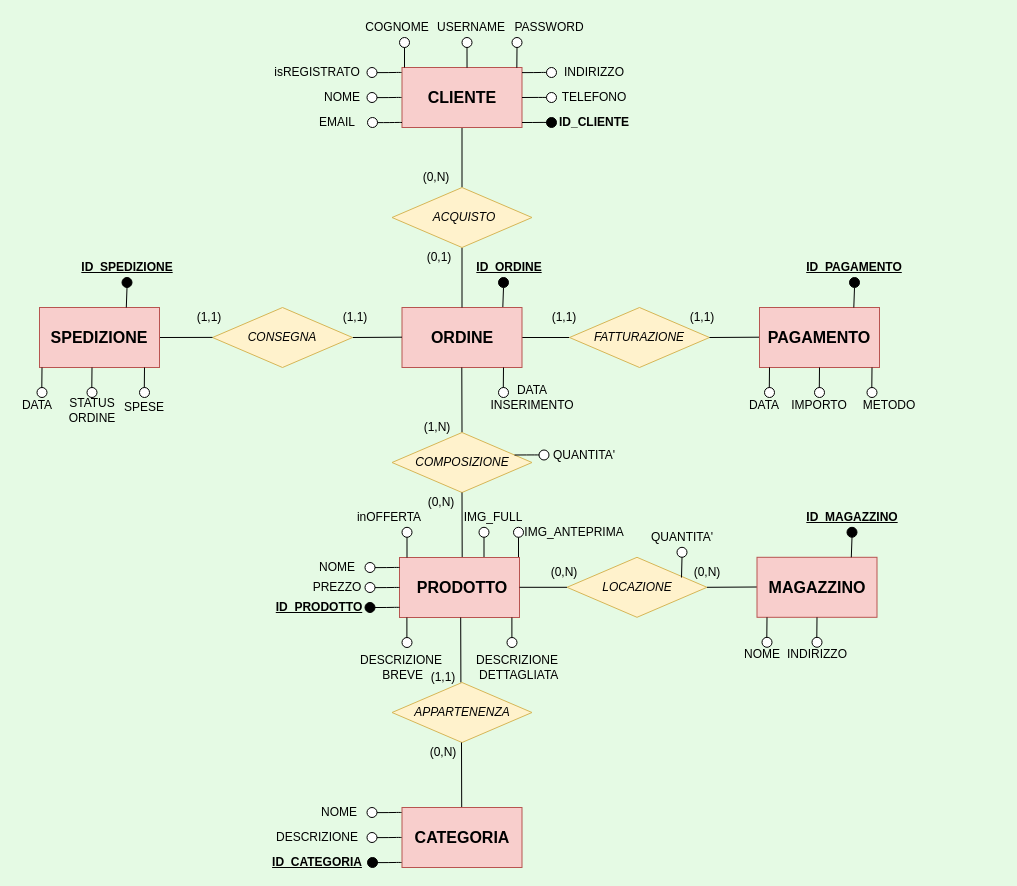
The draw.io diagram AVA Clothing/ModelloER.drawio in Alfio00/AVAClothing, before the edit. Source tidied: cells renumbered, new cells numbered last; positions are measured from the earlier drawing's top-left corner, leaving out a move shared by most shapes. Both pictures are drawn from the tidied source at 100%, with x=0, y=0 at pixel (17, 17).
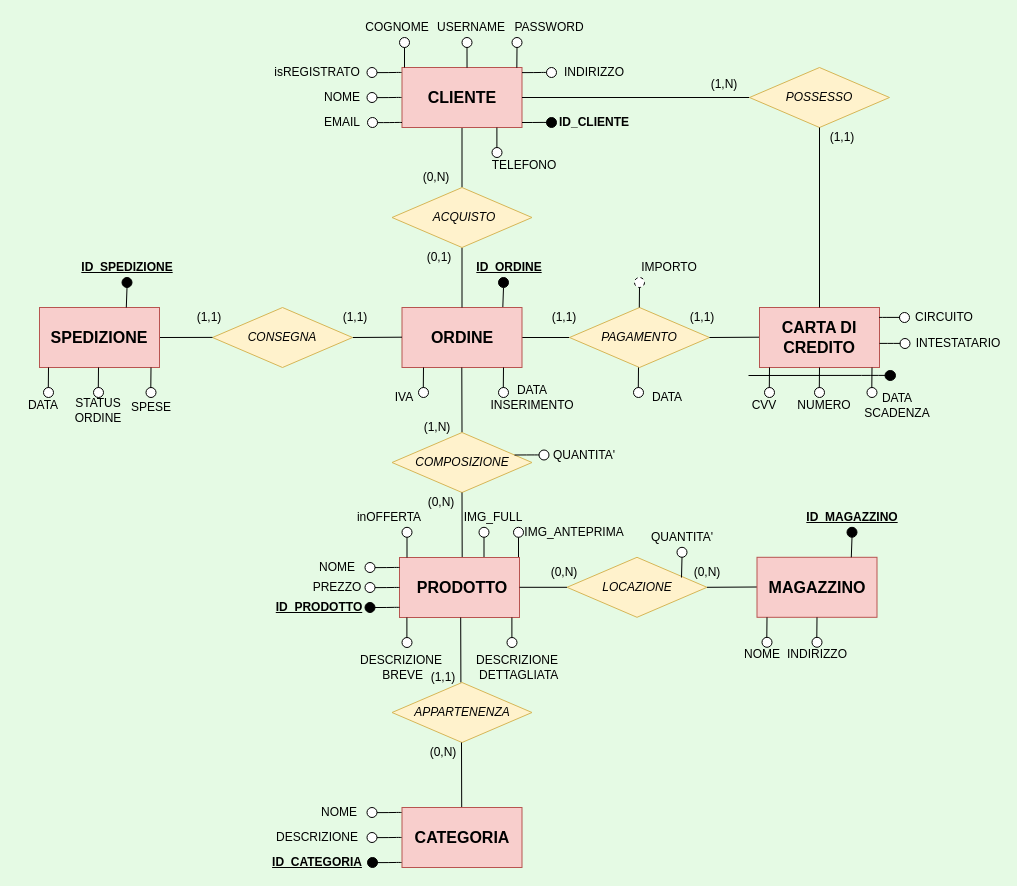
The same diagram, later.

Unchanged cells that the change refers to:
```xml
<mxCell id="7" style="rounded=0;whiteSpace=wrap;html=1;fillColor=#f8cecc;strokeColor=#b85450;" parent="1" vertex="1">
  <mxGeometry x="384.5" y="50" width="120" height="60" as="geometry" />
</mxCell>
```

Diff of the diagram source:
```diff
@@
-    <mxCell id="22" style="endArrow=none;html=1;exitX=1;exitY=0.5;exitDx=0;exitDy=0;" parent="1" edge="1">
-      <mxGeometry relative="1" as="geometry">
-        <mxPoint x="504.5" y="80" as="sourcePoint" />
-        <mxPoint x="532" y="80" as="targetPoint" />
-        <Array as="points">
-          <mxPoint x="526.5" y="79.9" />
-        </Array>
-      </mxGeometry>
-    </mxCell>
-    <mxCell id="23" style="ellipse;whiteSpace=wrap;html=1;" parent="1" vertex="1">
-      <mxGeometry x="529" y="75" width="10" height="10" as="geometry" />
-    </mxCell>
+    <mxCell id="149" style="edgeStyle=orthogonalEdgeStyle;rounded=0;orthogonalLoop=1;jettySize=auto;html=1;exitX=0;exitY=0.5;exitDx=0;exitDy=0;" parent="1" edge="1">
+      <mxGeometry relative="1" as="geometry">
+        <mxPoint x="529" y="80" as="sourcePoint" />
+        <mxPoint x="528.7" y="79.9" as="targetPoint" />
+      </mxGeometry>
+    </mxCell>
@@
-    <mxCell id="25" value="TELEFONO" style="text;html=1;strokeColor=none;fillColor=none;align=center;verticalAlign=middle;whiteSpace=wrap;rounded=0;" parent="1" vertex="1">
-      <mxGeometry x="557" y="70" width="40" height="20" as="geometry" />
-    </mxCell>
@@
     <mxCell id="29" value="EMAIL" style="text;html=1;strokeColor=none;fillColor=none;align=center;verticalAlign=middle;whiteSpace=wrap;rounded=0;" parent="1" vertex="1">
-      <mxGeometry x="300" y="95" width="40" height="20" as="geometry" />
+      <mxGeometry x="305" y="95" width="40" height="20" as="geometry" />
     </mxCell>
@@
-    <mxCell id="37" value="ID_PAGAMENTO" style="text;html=1;strokeColor=none;fillColor=none;align=center;verticalAlign=middle;whiteSpace=wrap;rounded=0;fontStyle=5;" parent="1" vertex="1">
-      <mxGeometry x="817" y="240" width="40" height="20" as="geometry" />
+    <mxCell id="37" value="INTESTATARIO&lt;br&gt;" style="text;html=1;align=center;verticalAlign=middle;whiteSpace=wrap;rounded=0;fontStyle=0;" parent="1" vertex="1">
+      <mxGeometry x="920.5" y="316" width="40" height="20" as="geometry" />
     </mxCell>
-    <mxCell id="38" value="IMPORTO" style="text;html=1;strokeColor=none;fillColor=none;align=center;verticalAlign=middle;whiteSpace=wrap;rounded=0;" parent="1" vertex="1">
-      <mxGeometry x="782" y="380" width="40" height="15" as="geometry" />
+    <mxCell id="38" value="NUMERO" style="text;html=1;strokeColor=none;fillColor=none;align=center;verticalAlign=middle;whiteSpace=wrap;rounded=0;" parent="1" vertex="1">
+      <mxGeometry x="787" y="380" width="40" height="15" as="geometry" />
     </mxCell>
-    <mxCell id="39" value="DATA" style="text;html=1;strokeColor=none;fillColor=none;align=center;verticalAlign=middle;whiteSpace=wrap;rounded=0;" parent="1" vertex="1">
+    <mxCell id="39" value="CVV" style="text;html=1;strokeColor=none;fillColor=none;align=center;verticalAlign=middle;whiteSpace=wrap;rounded=0;" parent="1" vertex="1">
       <mxGeometry x="727" y="380" width="40" height="15" as="geometry" />
     </mxCell>
@@
     <mxCell id="46" value="STATUS ORDINE" style="text;html=1;strokeColor=none;fillColor=none;align=center;verticalAlign=middle;whiteSpace=wrap;rounded=0;" parent="1" vertex="1">
-      <mxGeometry x="54.5" y="387.5" width="40" height="10" as="geometry" />
+      <mxGeometry x="61" y="387.5" width="40" height="10" as="geometry" />
     </mxCell>
     <mxCell id="47" value="SPESE" style="text;html=1;strokeColor=none;fillColor=none;align=center;verticalAlign=middle;whiteSpace=wrap;rounded=0;" parent="1" vertex="1">
-      <mxGeometry x="107" y="380" width="40" height="20" as="geometry" />
+      <mxGeometry x="113.5" y="380" width="40" height="20" as="geometry" />
     </mxCell>
-    <mxCell id="48" value="METODO" style="text;html=1;strokeColor=none;fillColor=none;align=center;verticalAlign=middle;whiteSpace=wrap;rounded=0;" parent="1" vertex="1">
-      <mxGeometry x="852" y="377.5" width="40" height="20" as="geometry" />
+    <mxCell id="48" value="DATA SCADENZA" style="text;html=1;strokeColor=none;fillColor=none;align=center;verticalAlign=middle;whiteSpace=wrap;rounded=0;" parent="1" vertex="1">
+      <mxGeometry x="859.5" y="377.5" width="40" height="20" as="geometry" />
     </mxCell>
@@
-    <mxCell id="109" value="FATTURAZIONE" style="rhombus;whiteSpace=wrap;html=1;fillColor=#fff2cc;strokeColor=#d6b656;fontStyle=2;" parent="1" vertex="1">
+    <mxCell id="109" value="PAGAMENTO" style="rhombus;whiteSpace=wrap;html=1;fillColor=#fff2cc;strokeColor=#d6b656;fontStyle=2;" parent="1" vertex="1">
       <mxGeometry x="552" y="290" width="140" height="60" as="geometry" />
     </mxCell>
@@
-    <mxCell id="111" value="PAGAMENTO" style="rounded=0;whiteSpace=wrap;html=1;fillColor=#f8cecc;strokeColor=#b85450;fontStyle=1;fontSize=16;" parent="1" vertex="1">
+    <mxCell id="111" value="CARTA DI CREDITO" style="rounded=0;whiteSpace=wrap;html=1;fillColor=#f8cecc;strokeColor=#b85450;fontStyle=1;fontSize=16;" parent="1" vertex="1">
       <mxGeometry x="742" y="290" width="120" height="60" as="geometry" />
     </mxCell>
@@
-    <mxCell id="118" style="ellipse;whiteSpace=wrap;html=1;fillColor=#000000;" parent="1" vertex="1">
-      <mxGeometry x="832" y="260" width="10" height="10" as="geometry" />
+    <mxCell id="118" style="ellipse;whiteSpace=wrap;html=1;" parent="1" vertex="1">
+      <mxGeometry x="882.5" y="321" width="10" height="10" as="geometry" />
     </mxCell>
     <mxCell id="119" style="endArrow=none;html=1;" parent="1" edge="1">
       <mxGeometry relative="1" as="geometry">
-        <mxPoint x="836.3" y="290" as="sourcePoint" />
-        <mxPoint x="837" y="270" as="targetPoint" />
+        <mxPoint x="862" y="325.9" as="sourcePoint" />
+        <mxPoint x="883" y="325.9" as="targetPoint" />
+        <Array as="points">
+          <mxPoint x="869" y="325.9" />
+        </Array>
       </mxGeometry>
     </mxCell>
@@
     <mxCell id="126" value="DATA" style="text;html=1;strokeColor=none;fillColor=none;align=center;verticalAlign=middle;whiteSpace=wrap;rounded=0;" parent="1" vertex="1">
-      <mxGeometry x="-0.5" y="380" width="40" height="15" as="geometry" />
+      <mxGeometry x="6" y="380" width="40" height="15" as="geometry" />
     </mxCell>
     <mxCell id="127" style="ellipse;whiteSpace=wrap;html=1;" parent="1" vertex="1">
-      <mxGeometry x="19.5" y="370" width="10" height="10" as="geometry" />
+      <mxGeometry x="26" y="370" width="10" height="10" as="geometry" />
     </mxCell>
     <mxCell id="128" style="endArrow=none;html=1;entryX=0.957;entryY=0.004;entryDx=0;entryDy=0;entryPerimeter=0;exitX=0.5;exitY=1;exitDx=0;exitDy=0;" parent="1" edge="1">
       <mxGeometry relative="1" as="geometry">
-        <mxPoint x="24.5" y="350" as="sourcePoint" />
-        <mxPoint x="24.3" y="370.2" as="targetPoint" />
+        <mxPoint x="31" y="350" as="sourcePoint" />
+        <mxPoint x="30.8" y="370.2" as="targetPoint" />
       </mxGeometry>
     </mxCell>
     <mxCell id="129" style="ellipse;whiteSpace=wrap;html=1;" parent="1" vertex="1">
-      <mxGeometry x="122" y="370" width="10" height="10" as="geometry" />
+      <mxGeometry x="128.5" y="370" width="10" height="10" as="geometry" />
     </mxCell>
     <mxCell id="130" style="endArrow=none;html=1;entryX=0.957;entryY=0.004;entryDx=0;entryDy=0;entryPerimeter=0;exitX=0.5;exitY=1;exitDx=0;exitDy=0;" parent="1" edge="1">
       <mxGeometry relative="1" as="geometry">
-        <mxPoint x="127" y="350" as="sourcePoint" />
-        <mxPoint x="126.8" y="370.2" as="targetPoint" />
+        <mxPoint x="133.5" y="350" as="sourcePoint" />
+        <mxPoint x="133.3" y="370.2" as="targetPoint" />
       </mxGeometry>
     </mxCell>
     <mxCell id="131" style="ellipse;whiteSpace=wrap;html=1;" parent="1" vertex="1">
-      <mxGeometry x="69.5" y="370" width="10" height="10" as="geometry" />
+      <mxGeometry x="76" y="370" width="10" height="10" as="geometry" />
     </mxCell>
     <mxCell id="132" style="endArrow=none;html=1;entryX=0.957;entryY=0.004;entryDx=0;entryDy=0;entryPerimeter=0;exitX=0.5;exitY=1;exitDx=0;exitDy=0;" parent="1" edge="1">
       <mxGeometry relative="1" as="geometry">
-        <mxPoint x="74.5" y="350" as="sourcePoint" />
-        <mxPoint x="74.3" y="370.2" as="targetPoint" />
+        <mxPoint x="81" y="350" as="sourcePoint" />
+        <mxPoint x="80.8" y="370.2" as="targetPoint" />
       </mxGeometry>
     </mxCell>
@@
+    <mxCell id="150" style="endArrow=none;html=1;entryX=0;entryY=0.5;entryDx=0;entryDy=0;" parent="1" edge="1" source="7" target="152">
+      <mxGeometry relative="1" as="geometry" />
+    </mxCell>
+    <mxCell id="151" value="(1,1)" style="text;html=1;strokeColor=none;fillColor=none;align=center;verticalAlign=middle;whiteSpace=wrap;rounded=0;" parent="1" vertex="1">
+      <mxGeometry x="804.5" y="110" width="40" height="20" as="geometry" />
+    </mxCell>
+    <mxCell id="152" value="POSSESSO" style="rhombus;whiteSpace=wrap;html=1;fillColor=#fff2cc;strokeColor=#d6b656;fontStyle=2;" parent="1" vertex="1">
+      <mxGeometry x="732" y="50" width="140" height="60" as="geometry" />
+    </mxCell>
+    <mxCell id="153" style="endArrow=none;html=1;entryX=0.5;entryY=0;entryDx=0;entryDy=0;" parent="1" edge="1" target="111">
+      <mxGeometry relative="1" as="geometry">
+        <mxPoint x="802" y="110" as="sourcePoint" />
+      </mxGeometry>
+    </mxCell>
+    <mxCell id="154" value="(1,N)" style="text;html=1;strokeColor=none;fillColor=none;align=center;verticalAlign=middle;whiteSpace=wrap;rounded=0;" parent="1" vertex="1">
+      <mxGeometry x="687" y="57" width="40" height="20" as="geometry" />
+    </mxCell>
+    <mxCell id="155" style="ellipse;whiteSpace=wrap;html=1;fillColor=#000000;" parent="1" vertex="1">
+      <mxGeometry x="867.5" y="353" width="10.5" height="10" as="geometry" />
+    </mxCell>
+    <mxCell id="156" style="endArrow=none;html=1;" parent="1" edge="1">
+      <mxGeometry relative="1" as="geometry">
+        <mxPoint x="731" y="358" as="sourcePoint" />
+        <mxPoint x="868" y="357.9" as="targetPoint" />
+        <Array as="points">
+          <mxPoint x="854" y="357.9" />
+        </Array>
+      </mxGeometry>
+    </mxCell>
+    <mxCell id="157" style="ellipse;whiteSpace=wrap;html=1;" parent="1" vertex="1">
+      <mxGeometry x="616" y="370" width="10" height="10" as="geometry" />
+    </mxCell>
+    <mxCell id="158" value="DATA" style="text;html=1;strokeColor=none;fillColor=none;align=center;verticalAlign=middle;whiteSpace=wrap;rounded=0;" parent="1" vertex="1">
+      <mxGeometry x="629.5" y="370" width="40" height="20" as="geometry" />
+    </mxCell>
+    <mxCell id="159" style="endArrow=none;html=1;entryX=0.957;entryY=0.004;entryDx=0;entryDy=0;entryPerimeter=0;exitX=0.5;exitY=1;exitDx=0;exitDy=0;" parent="1" edge="1">
+      <mxGeometry relative="1" as="geometry">
+        <mxPoint x="621" y="350" as="sourcePoint" />
+        <mxPoint x="620.8" y="370.2" as="targetPoint" />
+      </mxGeometry>
+    </mxCell>
+    <mxCell id="160" value="IMPORTO" style="text;html=1;strokeColor=none;fillColor=none;align=center;verticalAlign=middle;whiteSpace=wrap;rounded=0;" parent="1" vertex="1">
+      <mxGeometry x="632" y="240" width="40" height="20" as="geometry" />
+    </mxCell>
+    <mxCell id="161" style="ellipse;whiteSpace=wrap;html=1;dashed=1;" parent="1" vertex="1">
+      <mxGeometry x="617" y="260" width="10" height="10" as="geometry" />
+    </mxCell>
+    <mxCell id="162" style="endArrow=none;html=1;entryX=0.957;entryY=0.004;entryDx=0;entryDy=0;entryPerimeter=0;exitX=0.5;exitY=1;exitDx=0;exitDy=0;" parent="1" edge="1">
+      <mxGeometry relative="1" as="geometry">
+        <mxPoint x="622" y="269.8" as="sourcePoint" />
+        <mxPoint x="621.8" y="290" as="targetPoint" />
+      </mxGeometry>
+    </mxCell>
+    <mxCell id="163" value="CIRCUITO&lt;br&gt;" style="text;html=1;align=center;verticalAlign=middle;whiteSpace=wrap;rounded=0;fontStyle=0;" parent="1" vertex="1">
+      <mxGeometry x="907" y="290" width="40" height="20" as="geometry" />
+    </mxCell>
+    <mxCell id="164" style="ellipse;whiteSpace=wrap;html=1;" parent="1" vertex="1">
+      <mxGeometry x="882" y="295" width="10" height="10" as="geometry" />
+    </mxCell>
+    <mxCell id="165" style="endArrow=none;html=1;" parent="1" edge="1">
+      <mxGeometry relative="1" as="geometry">
+        <mxPoint x="861.5" y="299.9" as="sourcePoint" />
+        <mxPoint x="882.5" y="299.9" as="targetPoint" />
+        <Array as="points">
+          <mxPoint x="868.5" y="299.9" />
+        </Array>
+      </mxGeometry>
+    </mxCell>
+    <mxCell id="25" value="TELEFONO" style="text;html=1;strokeColor=none;fillColor=none;align=center;verticalAlign=middle;whiteSpace=wrap;rounded=0;" parent="1" vertex="1">
+      <mxGeometry x="486.5" y="138" width="40" height="20" as="geometry" />
+    </mxCell>
+    <mxCell id="166" style="endArrow=none;html=1;entryX=0.542;entryY=0.003;entryDx=0;entryDy=0;exitX=0.5;exitY=1;exitDx=0;exitDy=0;entryPerimeter=0;" parent="1" edge="1">
+      <mxGeometry relative="1" as="geometry">
+        <mxPoint x="479.4" y="110" as="sourcePoint" />
+        <mxPoint x="479.4" y="130.2" as="targetPoint" />
+      </mxGeometry>
+    </mxCell>
+    <mxCell id="167" style="ellipse;whiteSpace=wrap;html=1;" parent="1" vertex="1">
+      <mxGeometry x="474.5" y="130" width="10" height="10" as="geometry" />
+    </mxCell>
+    <mxCell id="168" style="ellipse;whiteSpace=wrap;html=1;" parent="1" vertex="1">
+      <mxGeometry x="401" y="370" width="10" height="10" as="geometry" />
+    </mxCell>
+    <mxCell id="169" value="IVA" style="text;html=1;strokeColor=none;fillColor=none;align=center;verticalAlign=middle;whiteSpace=wrap;rounded=0;" parent="1" vertex="1">
+      <mxGeometry x="367" y="370" width="40" height="20" as="geometry" />
+    </mxCell>
+    <mxCell id="170" style="endArrow=none;html=1;entryX=0.957;entryY=0.004;entryDx=0;entryDy=0;entryPerimeter=0;exitX=0.5;exitY=1;exitDx=0;exitDy=0;" parent="1" edge="1">
+      <mxGeometry relative="1" as="geometry">
+        <mxPoint x="406" y="350" as="sourcePoint" />
+        <mxPoint x="405.8" y="370.2" as="targetPoint" />
+      </mxGeometry>
+    </mxCell>
```
